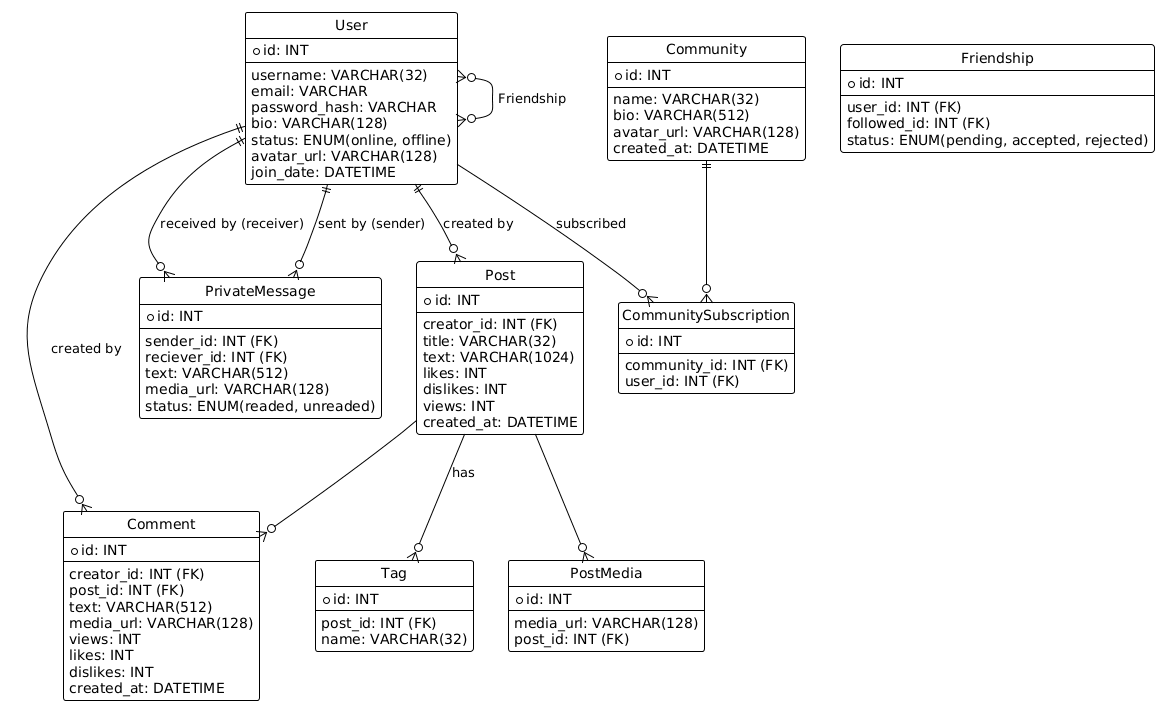
Before: docs/ERD diagrams/PlantUML/plantuml.png, a diagram exported from PlantUML (fakeowl1/microblog-api).
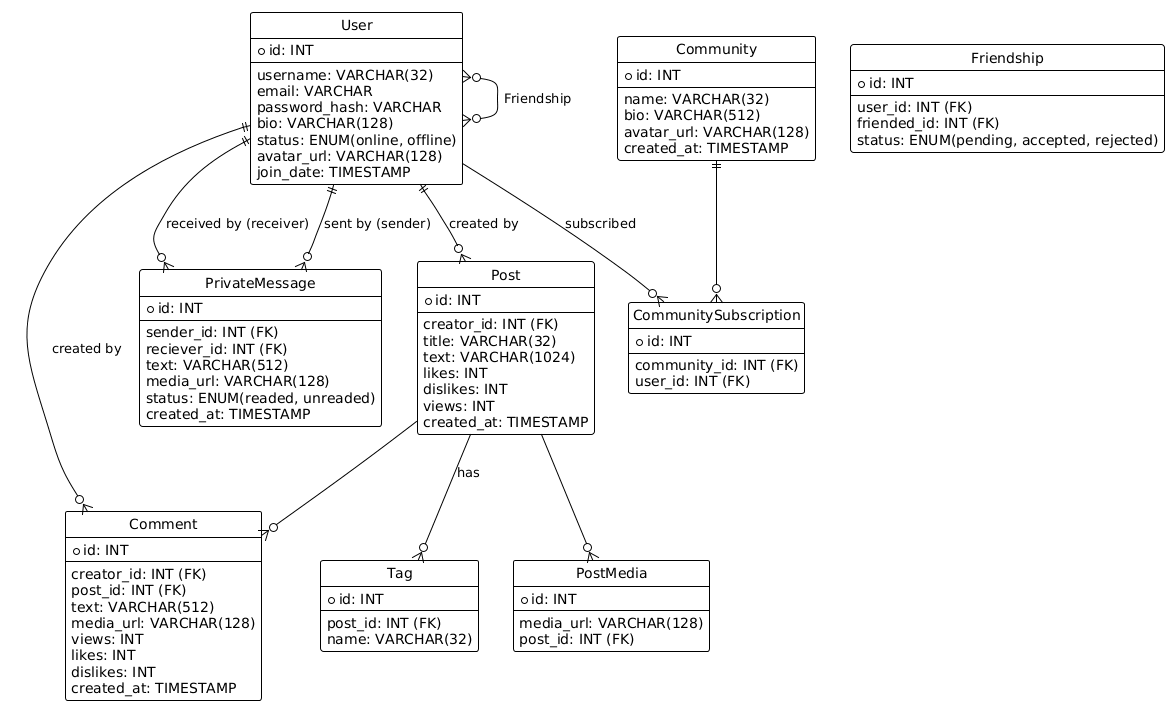
The same file after the commit.

Commit message:
docs(plantUml diagram): fix typing

The edit, as a diff of the source:
```diff
@@ -12,7 +12,7 @@
   bio: VARCHAR(128)
   status: ENUM(online, offline)
   avatar_url: VARCHAR(128)
-  join_date: DATETIME
+  join_date: TIMESTAMP
 }
 
 entity "Comment" as Comment {
@@ -25,7 +25,7 @@
   views: INT
   likes: INT
   dislikes: INT
-  created_at: DATETIME
+  created_at: TIMESTAMP
 }
 
 entity "Post" as Post {
@@ -37,7 +37,7 @@
   likes: INT
   dislikes: INT
   views: INT
-  created_at: DATETIME
+  created_at: TIMESTAMP
 }
 
 entity "Tag" as Tag {
@@ -60,7 +60,7 @@
   name: VARCHAR(32)
   bio: VARCHAR(512)
   avatar_url: VARCHAR(128)
-  created_at: DATETIME
+  created_at: TIMESTAMP
 }
 
 entity "CommunitySubscription" as CommunitySubscription {
@@ -74,7 +74,7 @@
   *id: INT
   --
   user_id: INT (FK)
-  followed_id: INT (FK)
+  friended_id: INT (FK)
   status: ENUM(pending, accepted, rejected)
 }
 
@@ -86,6 +86,7 @@
   text: VARCHAR(512)
   media_url: VARCHAR(128)
   status: ENUM(readed, unreaded)
+  created_at: TIMESTAMP
 }
 
 Post --o{ Tag : has
```
